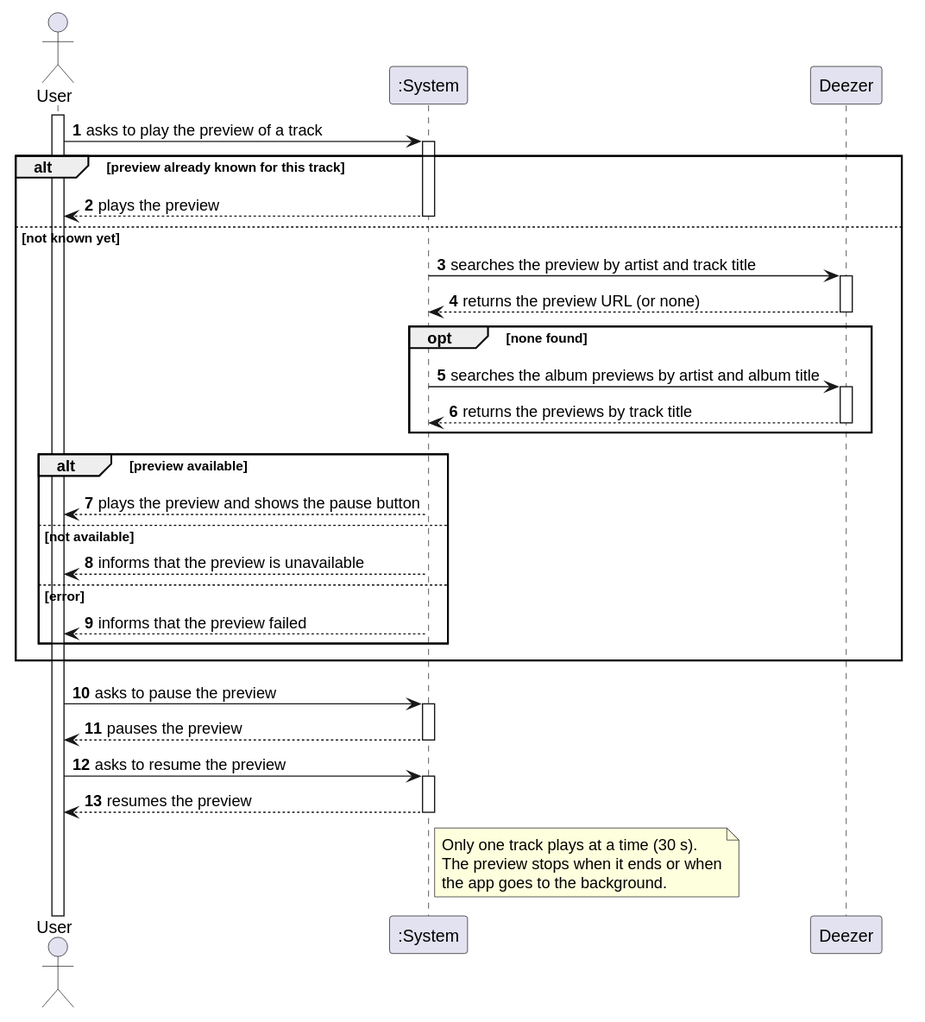
nunoc-isep/DSSMV_ProjectDroid_1251610_1241122 keeps this PlantUML diagram as docs/svg/ssd_04_preview_track.svg. Above is the earlier version.
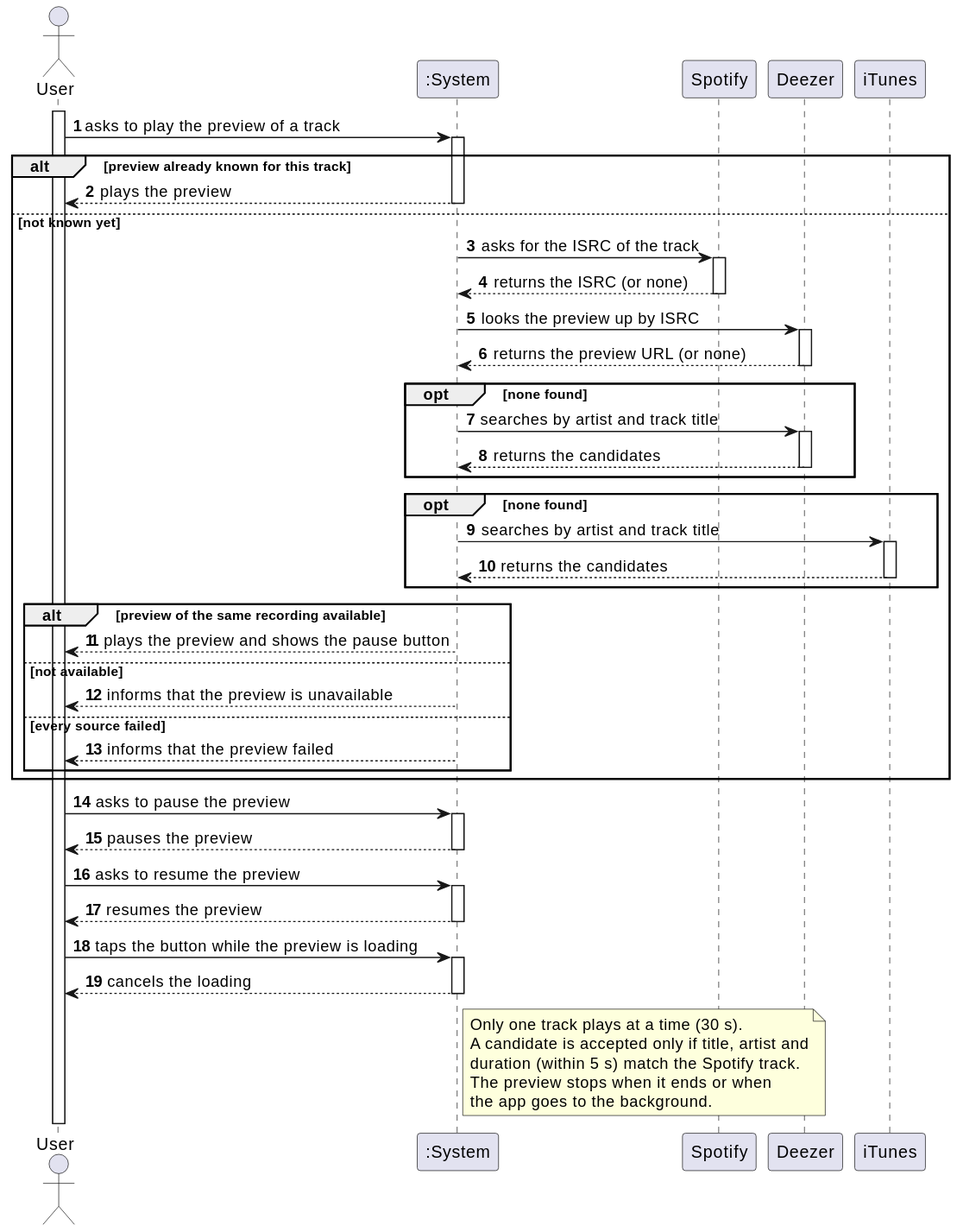
Above is the later version.

The edit, as a diff of the source:
```diff
@@ -4,7 +4,9 @@
 
 actor "User" as User
 participant ":System" as System
+participant "Spotify" as Spotify
 participant "Deezer" as Deezer
+participant "iTunes" as iTunes
 
 activate User
 
@@ -12,29 +14,38 @@
 alt preview already known for this track
   System --> User: plays the preview
 else not known yet
-  System -> Deezer: searches the preview by artist and track title
+  System -> Spotify: asks for the ISRC of the track
+  Spotify --> System: returns the ISRC (or none)
+  System -> Deezer: looks the preview up by ISRC
   Deezer --> System: returns the preview URL (or none)
   opt none found
-    System -> Deezer: searches the album previews by artist and album title
-    Deezer --> System: returns the previews by track title
+    System -> Deezer: searches by artist and track title
+    Deezer --> System: returns the candidates
   end
-  alt preview available
+  opt none found
+    System -> iTunes: searches by artist and track title
+    iTunes --> System: returns the candidates
+  end
+  alt preview of the same recording available
     System --> User: plays the preview and shows the pause button
   else not available
     System --> User: informs that the preview is unavailable
-  else error
+  else every source failed
     System --> User: informs that the preview failed
   end
 end
 
 User -> System: asks to pause the preview
 System --> User: pauses the preview
-
 User -> System: asks to resume the preview
 System --> User: resumes the preview
+User -> System: taps the button while the preview is loading
+System --> User: cancels the loading
 
 note right of System
   Only one track plays at a time (30 s).
+  A candidate is accepted only if title, artist and
+  duration (within 5 s) match the Spotify track.
   The preview stops when it ends or when
   the app goes to the background.
 end note
```
